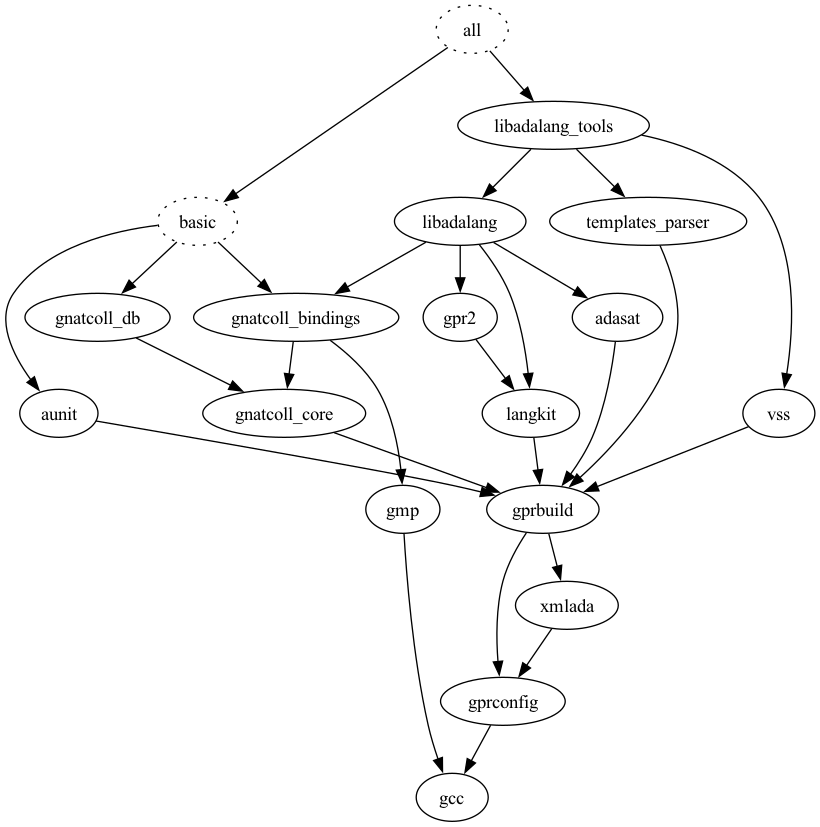
Earlier version of the Graphviz export make-dependencies.png (simonjwright/building-gcc-macos-native). Its source is kept beside it as make-dependencies.dot.
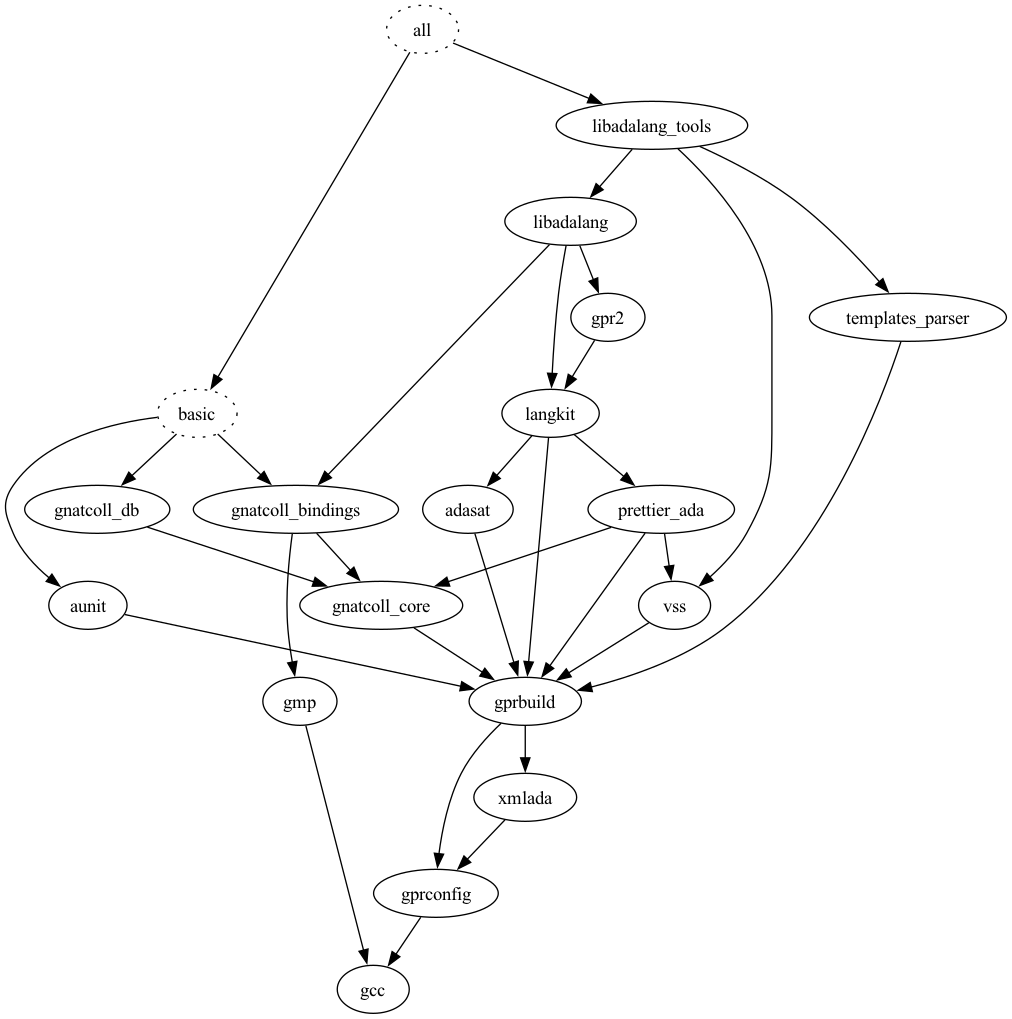
Later version of the same file.

Diff of the diagram source:
```diff
@@ -19,8 +19,12 @@
 gprbuild -> gprconfig
 gprbuild -> xmlada
 gprconfig -> gcc
+prettier_ada -> gprbuild
+prettier_ada -> gnatcoll_core
+prettier_ada -> vss
 langkit -> gprbuild
-libadalang -> adasat
+langkit -> prettier_ada
+langkit -> adasat
 libadalang -> gnatcoll_bindings
 libadalang -> gpr2
 libadalang -> langkit
```
